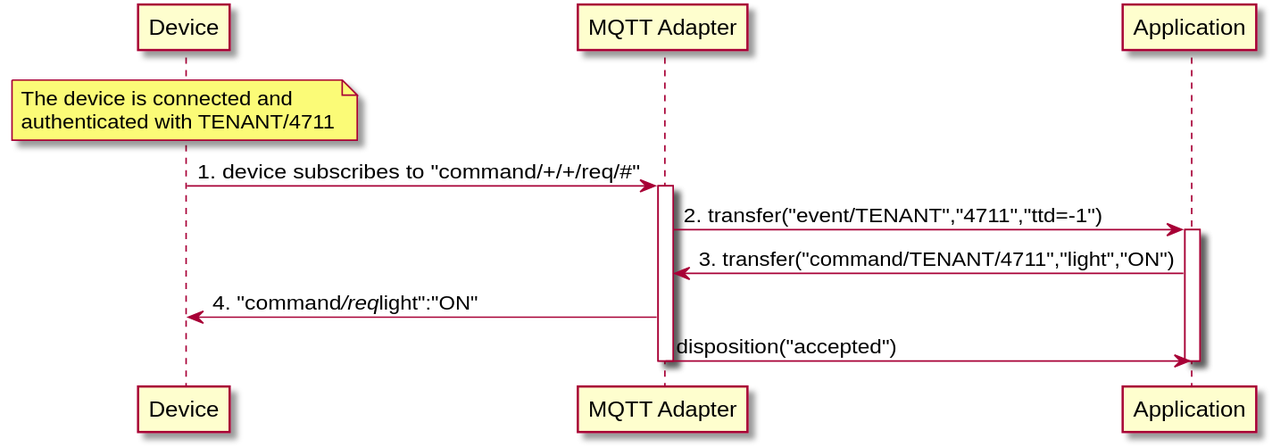
Earlier version of the PlantUML export site/documentation/content/concepts/command_control_concept_one_way_mqtt.svg (eclipse-hono/hono).
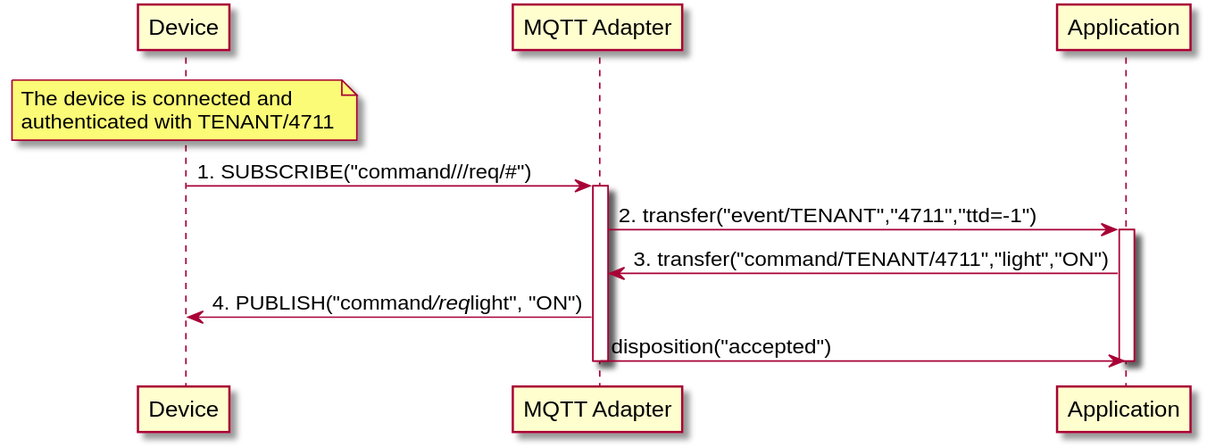
After the commit.

Commit message:
Adapt concept page.

Change to the diagram source:
```diff
@@ -9,12 +9,12 @@
 The device is connected and
 authenticated with TENANT/4711
 end note
-Device -> "MQTT Adapter": 1. device subscribes to "command/+/+/req/#"
+Device -> "MQTT Adapter": 1. SUBSCRIBE("command///req/#")
 activate "MQTT Adapter"
 "MQTT Adapter" -> Application: 2. transfer("event/TENANT","4711","ttd=-1")
 activate Application
 Application -> "MQTT Adapter": 3. transfer("command/TENANT/4711","light","ON")
-"MQTT Adapter" -> Device: 4. "command///req//light":"ON"
+"MQTT Adapter" -> Device: 4. PUBLISH("command///req//light", "ON")
 "MQTT Adapter" -> Application: disposition("accepted")
 deactivate "MQTT Adapter"
 deactivate Application
```
